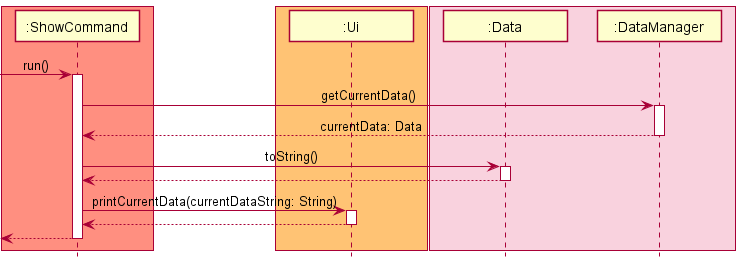
rizemon/tp keeps this PlantUML diagram as docs/images/dg/ShowCommandSequenceDiagram.png. Above is the earlier version. The source it was exported from:
```plantuml
@startuml
!include ../../Style.puml

box LOGIC_COLOR
Participant ":ShowCommand" as ShowCommand
end box

box UI_COLOR
Participant ":Ui" as Ui
end box

box DATA_COLOR
Participant ":Data" as Data
Participant ":DataManager" as DataManager
end box

-> ShowCommand: run()
activate ShowCommand
ShowCommand -> DataManager: getCurrentData()
activate DataManager
ShowCommand <-- DataManager: currentData: Data
deactivate DataManager
ShowCommand -> Data: toString()
activate Data
ShowCommand <-- Data
deactivate Data

ShowCommand -> Ui: printCurrentData(currentDataString: String)
activate Ui
ShowCommand <-- Ui
deactivate Ui
<-- ShowCommand

deactivate ShowCommand
@enduml
```
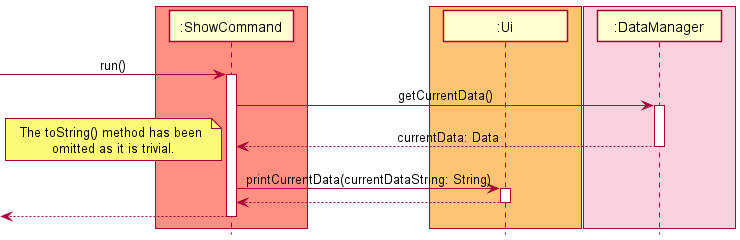
The same file after the commit.

Commit message:
Updated the new ShowCommand diagram to have no toString()

Change to the diagram source:
```diff
@@ -10,7 +10,6 @@
 end box
 
 box DATA_COLOR
-Participant ":Data" as Data
 Participant ":DataManager" as DataManager
 end box
 
@@ -20,16 +19,16 @@
 activate DataManager
 ShowCommand <-- DataManager: currentData: Data
 deactivate DataManager
-ShowCommand -> Data: toString()
-activate Data
-ShowCommand <-- Data
-deactivate Data
 
+note left
+The toString() method has been
+omitted as it is trivial.
+end note
 ShowCommand -> Ui: printCurrentData(currentDataString: String)
 activate Ui
 ShowCommand <-- Ui
 deactivate Ui
 <-- ShowCommand
+deactivate ShowCommand
 
-deactivate ShowCommand
 @enduml
```
